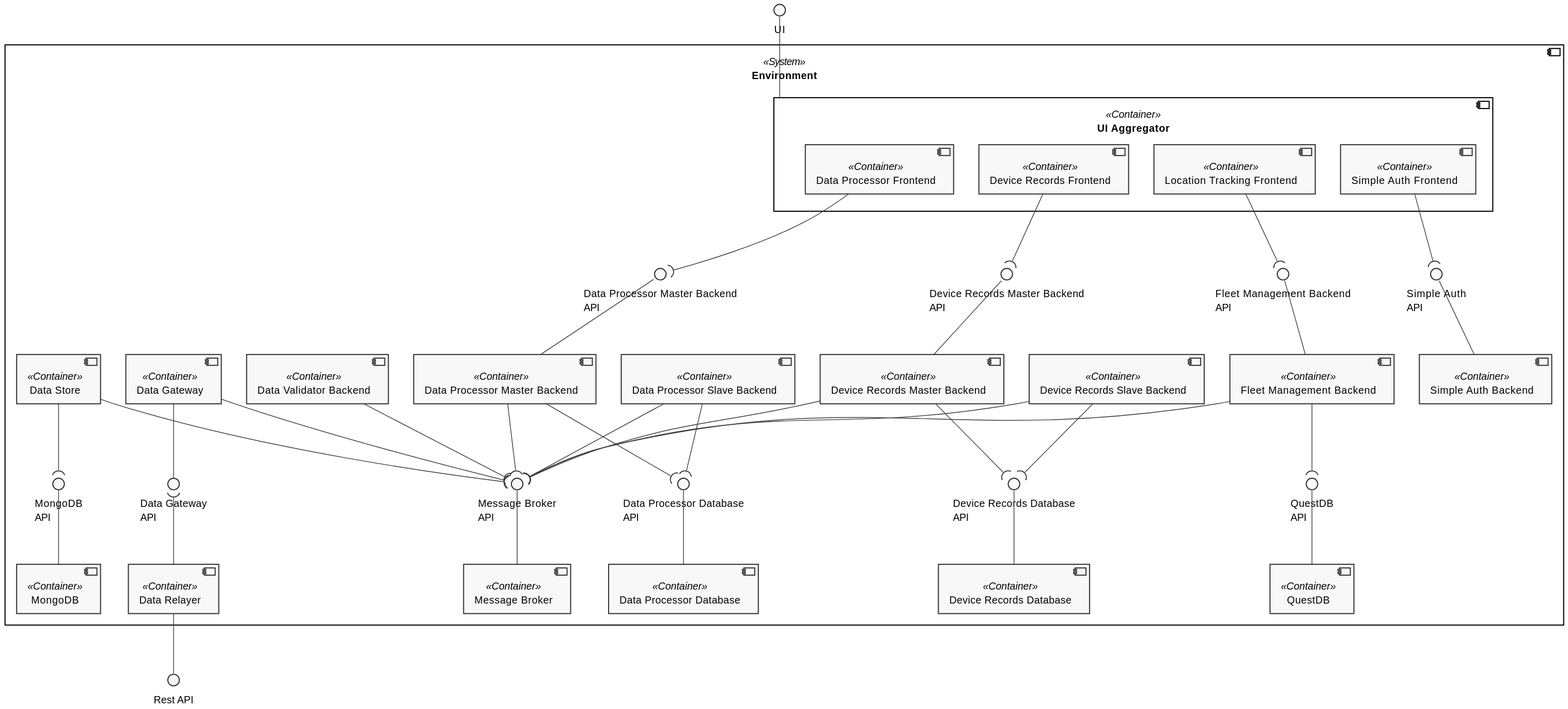
Earlier version of the PlantUML export docs/diagrams/logical-view-level2.svg (FilipeMCruz/sensae-console).
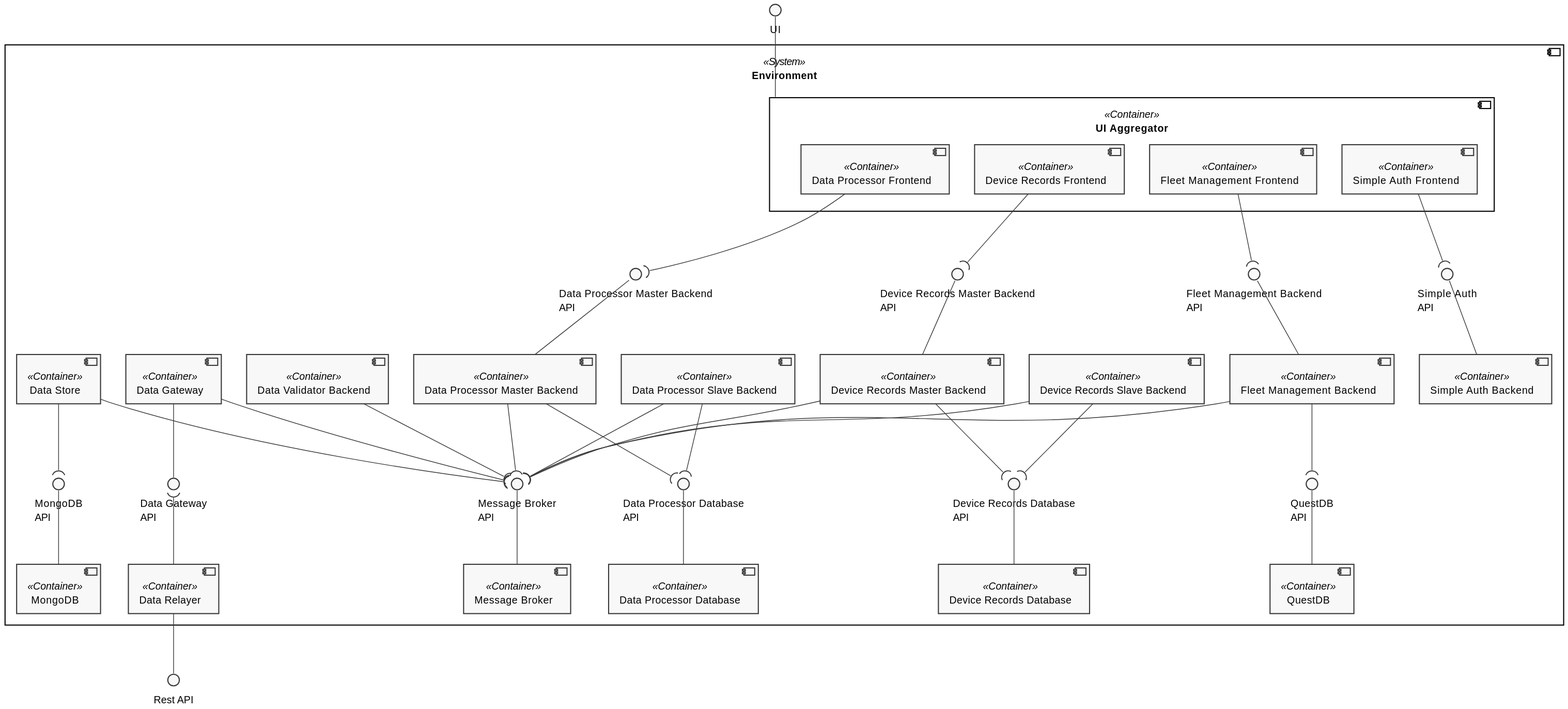
After the change.

Change to the diagram source:
```diff
@@ -20,7 +20,7 @@
     component "UI Aggregator" as UIAG <<Container>> {
         component "Device Records Frontend" as DRF <<Container>>
         component "Data Processor Frontend" as DPF <<Container>>
-        component "Location Tracking Frontend" as LTF <<Container>>
+        component "Fleet Management Frontend" as LTF <<Container>>
         component "Simple Auth Frontend" as SAF <<Container>>
     }
     component "Data Processor Slave Backend" as DPSB <<Container>>
```
